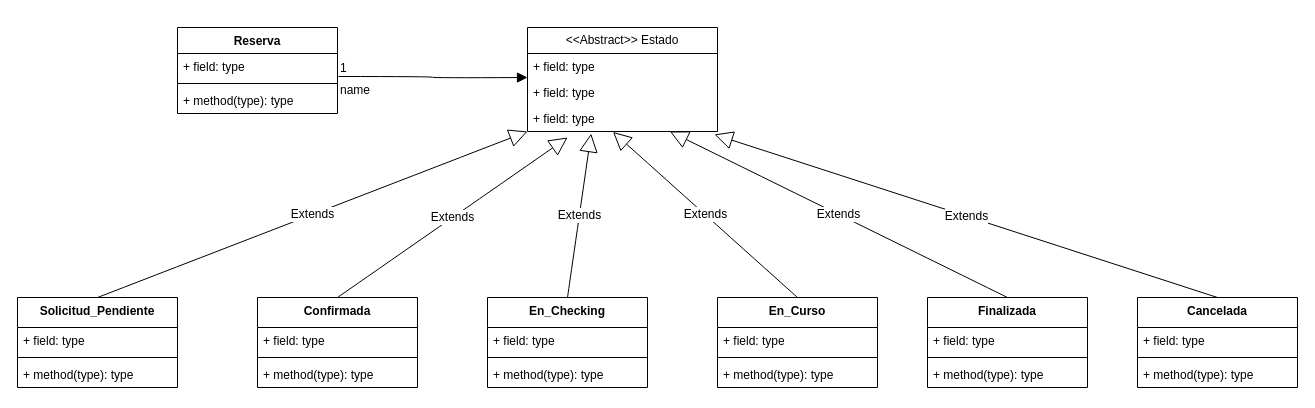
This is UML/2.2 ciclo de vida reserva.drawio from MartinianoOliveto/po2-integrador, a draw.io file, before an edit. Source tidied: cells renumbered, new cells numbered last; positions are measured from the earlier drawing's top-left corner, leaving out a move shared by most shapes. Both pictures are drawn from the tidied source at 100%, with x=0, y=0 at pixel (17, 27).
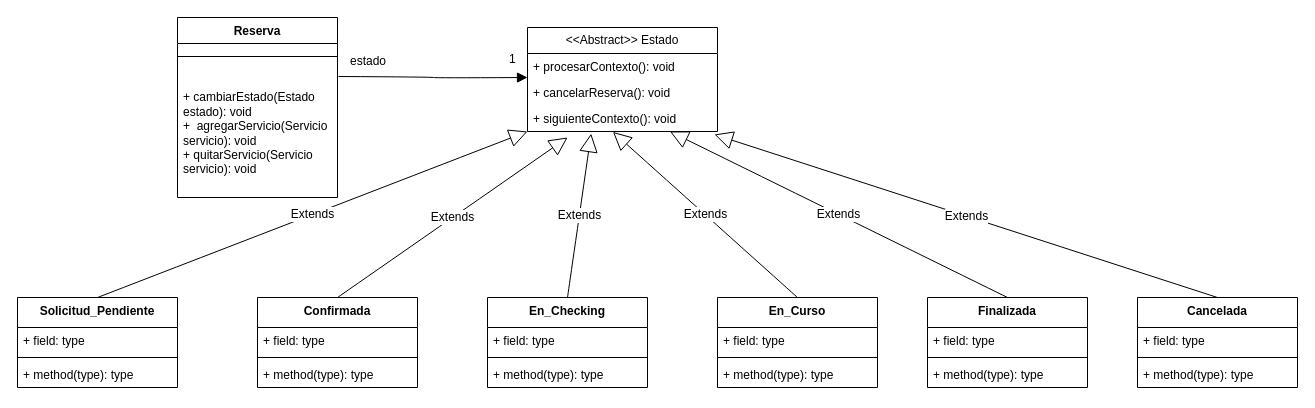
The same diagram, later.

Unchanged cells that the change refers to:
```xml
<mxCell id="6" value="&amp;lt;&amp;lt;Abstract&amp;gt;&amp;gt; Estado" style="swimlane;fontStyle=0;horizontal=1;startSize=26;fillColor=none;whiteSpace=wrap;html=1;" parent="1" vertex="1">
  <mxGeometry x="510" width="190" height="104" as="geometry" />
</mxCell>
```

Diff of the diagram source:
```diff
@@
     <mxCell id="2" value="Reserva" style="swimlane;fontStyle=1;align=center;verticalAlign=top;horizontal=1;startSize=26;whiteSpace=wrap;html=1;" parent="1" vertex="1">
-      <mxGeometry x="160" width="160" height="86" as="geometry" />
+      <mxGeometry x="160" y="-10" width="160" height="180" as="geometry" />
     </mxCell>
-    <mxCell id="3" value="+ field: type" style="text;strokeColor=none;fillColor=none;align=left;verticalAlign=top;spacingLeft=4;spacingRight=4;overflow=hidden;points=[[0,0.5],[1,0.5]];portConstraint=eastwest;whiteSpace=wrap;html=1;" parent="2" vertex="1">
-      <mxGeometry y="26" width="160" height="26" as="geometry" />
-    </mxCell>
     <mxCell id="4" style="line;strokeWidth=1;fillColor=none;align=left;verticalAlign=middle;spacingTop=-1;spacingLeft=3;spacingRight=3;labelPosition=right;strokeColor=inherit;" parent="2" vertex="1">
-      <mxGeometry y="52" width="160" height="8" as="geometry" />
+      <mxGeometry y="26" width="160" height="26" as="geometry" />
     </mxCell>
-    <mxCell id="5" value="+ method(type): type" style="text;strokeColor=none;fillColor=none;align=left;verticalAlign=top;spacingLeft=4;spacingRight=4;overflow=hidden;whiteSpace=wrap;html=1;" parent="2" vertex="1">
-      <mxGeometry y="60" width="160" height="26" as="geometry" />
+    <mxCell id="5" value="&lt;div&gt;&lt;br&gt;&lt;/div&gt;+ cambiarEstado(Estado estado): void&lt;div&gt;+&amp;nbsp; agregarServicio(Servicio servicio): void&lt;/div&gt;&lt;div&gt;+ quitarServicio(Servicio servicio): void&lt;/div&gt;" style="text;strokeColor=none;fillColor=none;align=left;verticalAlign=top;spacingLeft=4;spacingRight=4;overflow=hidden;whiteSpace=wrap;html=1;" parent="2" vertex="1">
+      <mxGeometry y="52" width="160" height="128" as="geometry" />
     </mxCell>
@@
-    <mxCell id="7" value="+ field: type" style="text;strokeColor=none;fillColor=none;align=left;verticalAlign=top;spacingLeft=4;spacingRight=4;overflow=hidden;whiteSpace=wrap;html=1;" parent="6" vertex="1">
+    <mxCell id="7" value="+ procesarContexto(): void" style="text;strokeColor=none;fillColor=none;align=left;verticalAlign=top;spacingLeft=4;spacingRight=4;overflow=hidden;whiteSpace=wrap;html=1;" parent="6" vertex="1">
       <mxGeometry y="26" width="190" height="26" as="geometry" />
     </mxCell>
-    <mxCell id="8" value="+ field: type" style="text;strokeColor=none;fillColor=none;align=left;verticalAlign=top;spacingLeft=4;spacingRight=4;overflow=hidden;whiteSpace=wrap;html=1;" parent="6" vertex="1">
+    <mxCell id="8" value="+ cancelarReserva(): void" style="text;strokeColor=none;fillColor=none;align=left;verticalAlign=top;spacingLeft=4;spacingRight=4;overflow=hidden;whiteSpace=wrap;html=1;" parent="6" vertex="1">
       <mxGeometry y="52" width="190" height="26" as="geometry" />
     </mxCell>
-    <mxCell id="9" value="+ field: type" style="text;strokeColor=none;fillColor=none;align=left;verticalAlign=top;spacingLeft=4;spacingRight=4;overflow=hidden;points=[[0,0.5],[1,0.5]];portConstraint=eastwest;whiteSpace=wrap;html=1;" parent="6" vertex="1">
+    <mxCell id="9" value="+ siguienteContexto(): void" style="text;strokeColor=none;fillColor=none;align=left;verticalAlign=top;spacingLeft=4;spacingRight=4;overflow=hidden;points=[[0,0.5],[1,0.5]];portConstraint=eastwest;whiteSpace=wrap;html=1;" parent="6" vertex="1">
       <mxGeometry y="78" width="190" height="26" as="geometry" />
     </mxCell>
@@
-    <mxCell id="40" value="name" style="endArrow=block;endFill=1;html=1;edgeStyle=orthogonalEdgeStyle;align=left;verticalAlign=top;rounded=0;fontSize=12;startSize=8;endSize=8;curved=1;exitX=1.006;exitY=0.885;exitDx=0;exitDy=0;exitPerimeter=0;" parent="1" edge="1" source="3">
-      <mxGeometry x="-1" relative="1" as="geometry">
+    <mxCell id="40" value="estado" style="endArrow=block;endFill=1;html=1;edgeStyle=orthogonalEdgeStyle;align=left;verticalAlign=top;rounded=0;fontSize=12;startSize=8;endSize=8;curved=1;exitX=1.006;exitY=0.885;exitDx=0;exitDy=0;exitPerimeter=0;" parent="1" edge="1">
+      <mxGeometry x="-0.9" y="29" relative="1" as="geometry">
+        <mxPoint x="321" y="49" as="sourcePoint" />
         <mxPoint x="510" y="50" as="targetPoint" />
       </mxGeometry>
     </mxCell>
     <mxCell id="41" value="1" style="edgeLabel;html=1;align=left;verticalAlign=bottom;fontSize=12;" parent="40" vertex="1">
-      <mxGeometry x="-1" relative="1" as="geometry" />
+      <mxGeometry x="-1" relative="1" as="geometry">
+        <mxPoint x="169" y="-9" as="offset" />
+      </mxGeometry>
     </mxCell>
```
